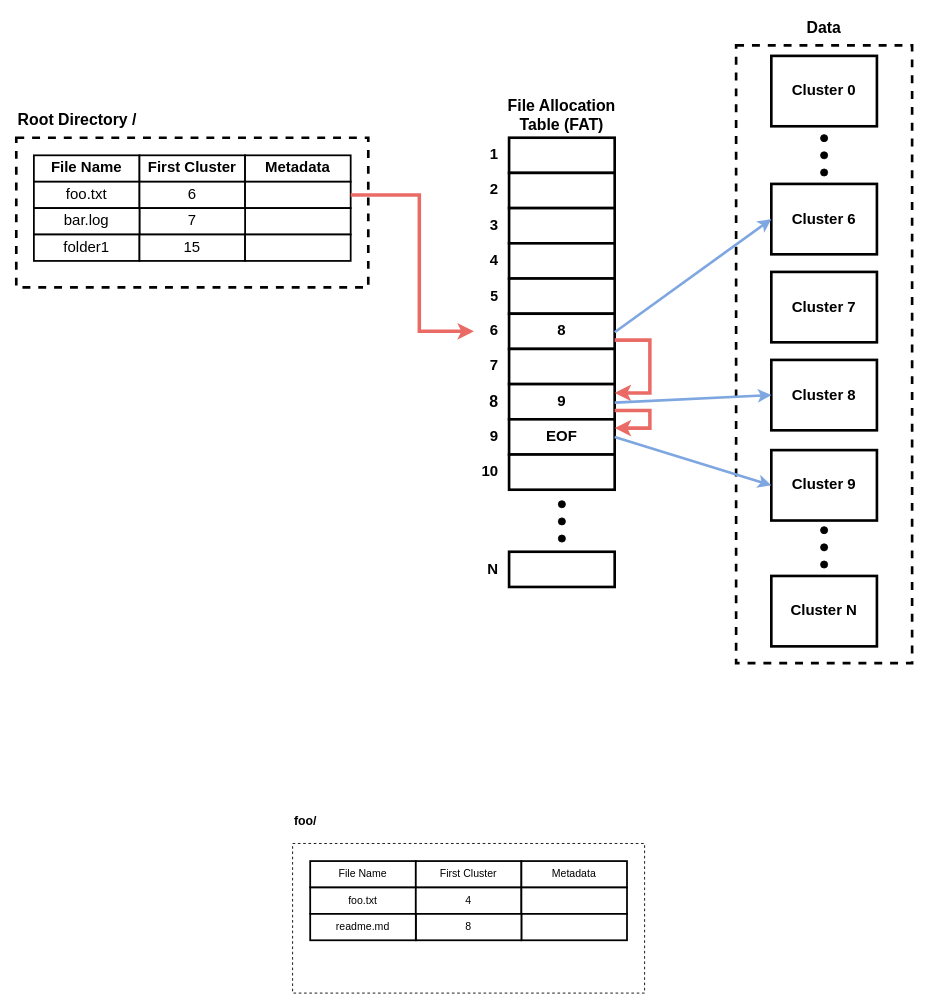
Above: diagrams/fat_file_system/fat_file_system.drawio in Doly02/thesis (draw.io), before the change. Source tidied: cells renumbered, new cells numbered last; positions are measured from the earlier drawing's top-left corner, leaving out a move shared by most shapes. Both pictures are drawn from the tidied source at 88%, with x=0, y=0 at pixel (16, 15).
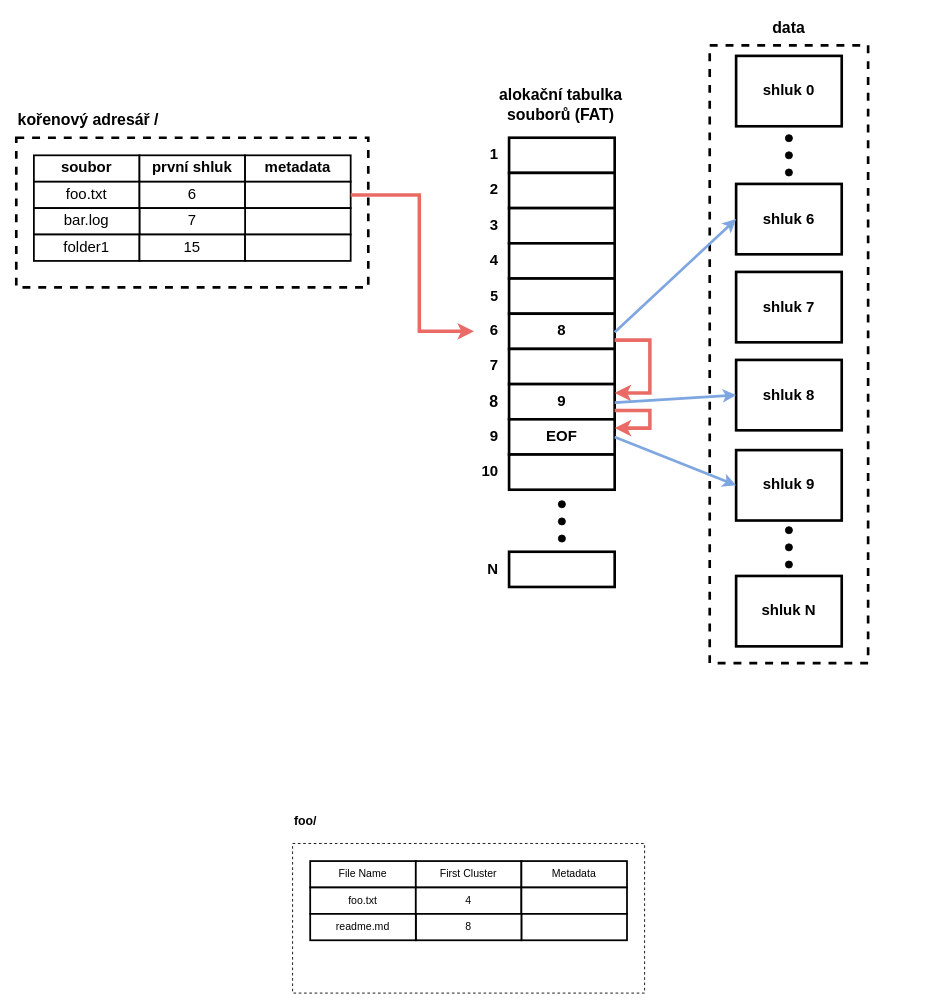
The same page after the edit.

Commit message (it also covers changes not shown here):
[TECH_REPORT] Updates Diagrams.

What changed in the source:
```diff
@@
-    <mxCell id="3" value="&lt;b&gt;&lt;font style=&quot;font-size: 17px;&quot;&gt;File Name&lt;/font&gt;&lt;/b&gt;" style="rounded=0;whiteSpace=wrap;html=1;strokeWidth=2;" parent="1" vertex="1">
+    <mxCell id="3" value="&lt;span style=&quot;font-size: 17px;&quot;&gt;&lt;b&gt;soubor&lt;/b&gt;&lt;/span&gt;" style="rounded=0;whiteSpace=wrap;html=1;strokeWidth=2;" parent="1" vertex="1">
       <mxGeometry x="20" y="159" width="120" height="30" as="geometry" />
     </mxCell>
-    <mxCell id="4" value="&lt;font style=&quot;font-size: 17px;&quot;&gt;&lt;b style=&quot;&quot;&gt;First Cluster&lt;/b&gt;&lt;/font&gt;" style="rounded=0;whiteSpace=wrap;html=1;strokeWidth=2;" parent="1" vertex="1">
+    <mxCell id="4" value="&lt;font style=&quot;font-size: 17px;&quot;&gt;&lt;b style=&quot;&quot;&gt;první shluk&lt;/b&gt;&lt;/font&gt;" style="rounded=0;whiteSpace=wrap;html=1;strokeWidth=2;" parent="1" vertex="1">
       <mxGeometry x="140" y="159" width="120" height="30" as="geometry" />
     </mxCell>
-    <mxCell id="5" value="&lt;font style=&quot;font-size: 17px;&quot;&gt;&lt;b style=&quot;&quot;&gt;Metadata&lt;/b&gt;&lt;/font&gt;" style="rounded=0;whiteSpace=wrap;html=1;strokeWidth=2;" parent="1" vertex="1">
+    <mxCell id="5" value="&lt;font style=&quot;font-size: 17px;&quot;&gt;&lt;b style=&quot;&quot;&gt;metadata&lt;/b&gt;&lt;/font&gt;" style="rounded=0;whiteSpace=wrap;html=1;strokeWidth=2;" parent="1" vertex="1">
       <mxGeometry x="260" y="159" width="120" height="30" as="geometry" />
     </mxCell>
@@
-    <mxCell id="12" value="&lt;font style=&quot;font-size: 18px;&quot;&gt;&lt;b style=&quot;&quot;&gt;Root Directory /&lt;/b&gt;&lt;/font&gt;" style="text;html=1;align=left;verticalAlign=middle;whiteSpace=wrap;rounded=0;" parent="1" vertex="1">
+    <mxCell id="12" value="&lt;font style=&quot;font-size: 18px;&quot;&gt;&lt;b style=&quot;&quot;&gt;kořenový adresář /&lt;/b&gt;&lt;/font&gt;" style="text;html=1;align=left;verticalAlign=middle;whiteSpace=wrap;rounded=0;" parent="1" vertex="1">
       <mxGeometry y="104" width="250" height="30" as="geometry" />
     </mxCell>
@@
-    <mxCell id="35" value="&lt;font style=&quot;font-size: 18px;&quot;&gt;&lt;b style=&quot;&quot;&gt;File Allocation&lt;/b&gt;&lt;/font&gt;&lt;div&gt;&lt;font style=&quot;font-size: 18px;&quot;&gt;&lt;b style=&quot;&quot;&gt;Table (FAT)&lt;/b&gt;&lt;/font&gt;&lt;/div&gt;" style="text;html=1;align=center;verticalAlign=middle;whiteSpace=wrap;rounded=0;" parent="1" vertex="1">
-      <mxGeometry x="550" y="94" width="140" height="40" as="geometry" />
+    <mxCell id="35" value="&lt;div&gt;&lt;font style=&quot;font-size: 18px;&quot;&gt;&lt;b style=&quot;&quot;&gt;alokační tabulka souborů (FAT)&lt;/b&gt;&lt;/font&gt;&lt;/div&gt;" style="text;html=1;align=center;verticalAlign=middle;whiteSpace=wrap;rounded=0;" parent="1" vertex="1">
+      <mxGeometry x="538" y="70" width="162" height="64" as="geometry" />
     </mxCell>
@@
     <mxCell id="50" style="rounded=0;whiteSpace=wrap;html=1;dashed=1;strokeWidth=3;" parent="1" vertex="1">
-      <mxGeometry x="818" y="34" width="200" height="702" as="geometry" />
+      <mxGeometry x="788" y="34" width="180" height="702" as="geometry" />
     </mxCell>
-    <mxCell id="51" value="&lt;font style=&quot;font-size: 17px;&quot;&gt;&lt;b style=&quot;&quot;&gt;Cluster 6&lt;/b&gt;&lt;/font&gt;" style="rounded=0;whiteSpace=wrap;html=1;strokeWidth=3;" parent="1" vertex="1">
-      <mxGeometry x="858" y="191.5" width="120" height="80" as="geometry" />
+    <mxCell id="51" value="&lt;font style=&quot;font-size: 17px;&quot;&gt;&lt;b&gt;shluk&lt;/b&gt;&lt;b style=&quot;&quot;&gt;&amp;nbsp;6&lt;/b&gt;&lt;/font&gt;" style="rounded=0;whiteSpace=wrap;html=1;strokeWidth=3;" parent="1" vertex="1">
+      <mxGeometry x="818" y="191.5" width="120" height="80" as="geometry" />
     </mxCell>
-    <mxCell id="52" value="&lt;font style=&quot;font-size: 17px;&quot;&gt;&lt;b style=&quot;&quot;&gt;Cluster 7&lt;/b&gt;&lt;/font&gt;" style="rounded=0;whiteSpace=wrap;html=1;strokeWidth=3;" parent="1" vertex="1">
-      <mxGeometry x="858" y="291.5" width="120" height="80" as="geometry" />
+    <mxCell id="52" value="&lt;font style=&quot;font-size: 17px;&quot;&gt;&lt;b&gt;shluk&lt;/b&gt;&lt;b style=&quot;&quot;&gt;&amp;nbsp;7&lt;/b&gt;&lt;/font&gt;" style="rounded=0;whiteSpace=wrap;html=1;strokeWidth=3;" parent="1" vertex="1">
+      <mxGeometry x="818" y="291.5" width="120" height="80" as="geometry" />
     </mxCell>
-    <mxCell id="53" value="&lt;font style=&quot;font-size: 17px;&quot;&gt;&lt;b style=&quot;&quot;&gt;Cluster 8&lt;/b&gt;&lt;/font&gt;" style="rounded=0;whiteSpace=wrap;html=1;strokeWidth=3;" parent="1" vertex="1">
-      <mxGeometry x="858" y="391.5" width="120" height="80" as="geometry" />
+    <mxCell id="53" value="&lt;font style=&quot;font-size: 17px;&quot;&gt;&lt;b&gt;shluk&lt;/b&gt;&lt;b style=&quot;&quot;&gt;&amp;nbsp;8&lt;/b&gt;&lt;/font&gt;" style="rounded=0;whiteSpace=wrap;html=1;strokeWidth=3;" parent="1" vertex="1">
+      <mxGeometry x="818" y="391.5" width="120" height="80" as="geometry" />
     </mxCell>
-    <mxCell id="54" value="&lt;font style=&quot;font-size: 17px;&quot;&gt;&lt;b style=&quot;&quot;&gt;Cluster 9&lt;/b&gt;&lt;/font&gt;" style="rounded=0;whiteSpace=wrap;html=1;strokeWidth=3;" parent="1" vertex="1">
-      <mxGeometry x="858" y="494" width="120" height="80" as="geometry" />
+    <mxCell id="54" value="&lt;font style=&quot;font-size: 17px;&quot;&gt;&lt;b&gt;shluk&lt;/b&gt;&lt;b style=&quot;&quot;&gt;&amp;nbsp;9&lt;/b&gt;&lt;/font&gt;" style="rounded=0;whiteSpace=wrap;html=1;strokeWidth=3;" parent="1" vertex="1">
+      <mxGeometry x="818" y="494" width="120" height="80" as="geometry" />
     </mxCell>
-    <mxCell id="55" value="&lt;font style=&quot;font-size: 17px;&quot;&gt;&lt;b style=&quot;&quot;&gt;Cluster N&lt;/b&gt;&lt;/font&gt;" style="rounded=0;whiteSpace=wrap;html=1;strokeWidth=3;" parent="1" vertex="1">
-      <mxGeometry x="858" y="637" width="120" height="80" as="geometry" />
+    <mxCell id="55" value="&lt;font style=&quot;font-size: 17px;&quot;&gt;&lt;b&gt;shluk&lt;/b&gt;&lt;b style=&quot;&quot;&gt;&amp;nbsp;N&lt;/b&gt;&lt;/font&gt;" style="rounded=0;whiteSpace=wrap;html=1;strokeWidth=3;" parent="1" vertex="1">
+      <mxGeometry x="818" y="637" width="120" height="80" as="geometry" />
     </mxCell>
@@
-    <mxCell id="59" value="&lt;font style=&quot;font-size: 17px;&quot;&gt;&lt;b style=&quot;&quot;&gt;Cluster 0&lt;/b&gt;&lt;/font&gt;" style="rounded=0;whiteSpace=wrap;html=1;strokeWidth=3;" parent="1" vertex="1">
-      <mxGeometry x="858" y="46" width="120" height="80" as="geometry" />
+    <mxCell id="59" value="&lt;font style=&quot;font-size: 17px;&quot;&gt;&lt;b style=&quot;&quot;&gt;shluk 0&lt;/b&gt;&lt;/font&gt;" style="rounded=0;whiteSpace=wrap;html=1;strokeWidth=3;" parent="1" vertex="1">
+      <mxGeometry x="818" y="46" width="120" height="80" as="geometry" />
     </mxCell>
     <mxCell id="60" style="verticalLabelPosition=bottom;shadow=0;dashed=0;align=center;html=1;verticalAlign=top;shape=mxgraph.electrical.logic_gates.inverting_contact;fillColor=#000000;" parent="1" vertex="1">
-      <mxGeometry x="913" y="580" width="10" height="10" as="geometry" />
+      <mxGeometry x="873" y="580" width="10" height="10" as="geometry" />
     </mxCell>
     <mxCell id="61" style="verticalLabelPosition=bottom;shadow=0;dashed=0;align=center;html=1;verticalAlign=top;shape=mxgraph.electrical.logic_gates.inverting_contact;fillColor=#000000;" parent="1" vertex="1">
-      <mxGeometry x="913" y="619" width="10" height="10" as="geometry" />
+      <mxGeometry x="873" y="619" width="10" height="10" as="geometry" />
     </mxCell>
     <mxCell id="62" style="verticalLabelPosition=bottom;shadow=0;dashed=0;align=center;html=1;verticalAlign=top;shape=mxgraph.electrical.logic_gates.inverting_contact;fillColor=#000000;" parent="1" vertex="1">
-      <mxGeometry x="913" y="599.5" width="10" height="10" as="geometry" />
+      <mxGeometry x="873" y="599.5" width="10" height="10" as="geometry" />
     </mxCell>
@@
-    <mxCell id="66" value="&lt;font style=&quot;font-size: 18px;&quot;&gt;&lt;b style=&quot;&quot;&gt;Data&lt;/b&gt;&lt;/font&gt;" style="text;html=1;align=center;verticalAlign=middle;whiteSpace=wrap;rounded=0;" parent="1" vertex="1">
-      <mxGeometry x="891" width="54" height="30" as="geometry" />
+    <mxCell id="66" value="&lt;font style=&quot;font-size: 18px;&quot;&gt;&lt;b style=&quot;&quot;&gt;data&lt;/b&gt;&lt;/font&gt;" style="text;html=1;align=center;verticalAlign=middle;whiteSpace=wrap;rounded=0;" parent="1" vertex="1">
+      <mxGeometry x="851" width="54" height="30" as="geometry" />
     </mxCell>
     <mxCell id="67" style="verticalLabelPosition=bottom;shadow=0;dashed=0;align=center;html=1;verticalAlign=top;shape=mxgraph.electrical.logic_gates.inverting_contact;fillColor=#000000;" parent="1" vertex="1">
-      <mxGeometry x="913" y="134.5" width="10" height="10" as="geometry" />
+      <mxGeometry x="873" y="134.5" width="10" height="10" as="geometry" />
     </mxCell>
     <mxCell id="68" style="verticalLabelPosition=bottom;shadow=0;dashed=0;align=center;html=1;verticalAlign=top;shape=mxgraph.electrical.logic_gates.inverting_contact;fillColor=#000000;" parent="1" vertex="1">
-      <mxGeometry x="913" y="173.5" width="10" height="10" as="geometry" />
+      <mxGeometry x="873" y="173.5" width="10" height="10" as="geometry" />
     </mxCell>
     <mxCell id="69" style="verticalLabelPosition=bottom;shadow=0;dashed=0;align=center;html=1;verticalAlign=top;shape=mxgraph.electrical.logic_gates.inverting_contact;fillColor=#000000;" parent="1" vertex="1">
-      <mxGeometry x="913" y="154" width="10" height="10" as="geometry" />
+      <mxGeometry x="873" y="154" width="10" height="10" as="geometry" />
     </mxCell>
```
